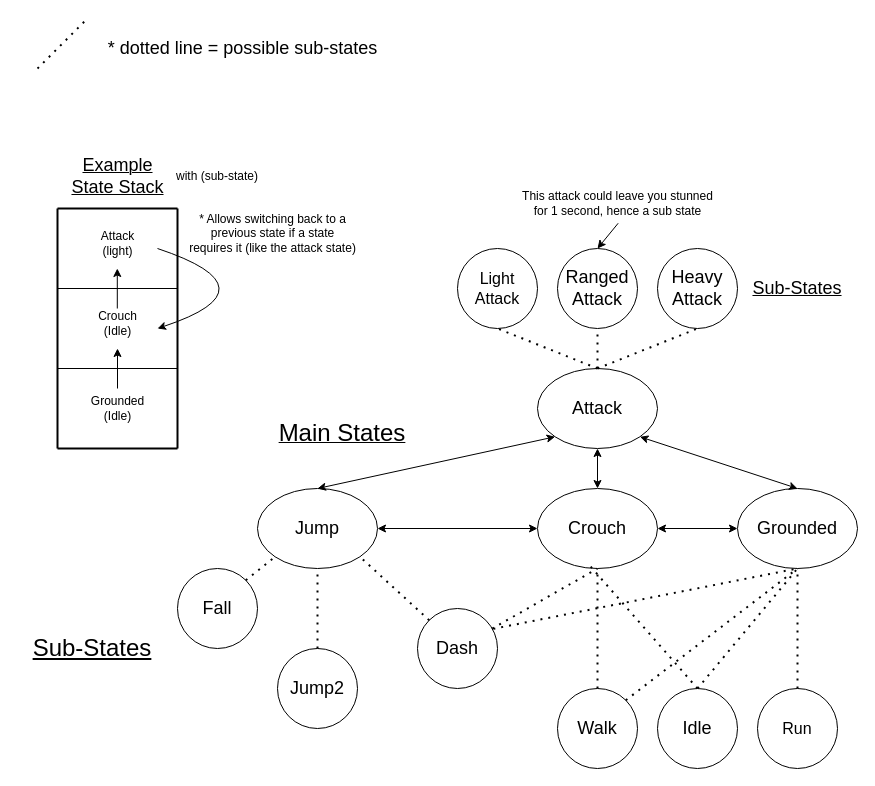
The draw.io diagram SFMSolution.drawio in HolyTrie/Dark-Times-In-Sherwood, before the edit. Source tidied: cells renumbered, new cells numbered last; positions are measured from the earlier drawing's top-left corner, leaving out a move shared by most shapes. Both pictures are drawn from the tidied source at 100%, with x=0, y=0 at pixel (17, 18).
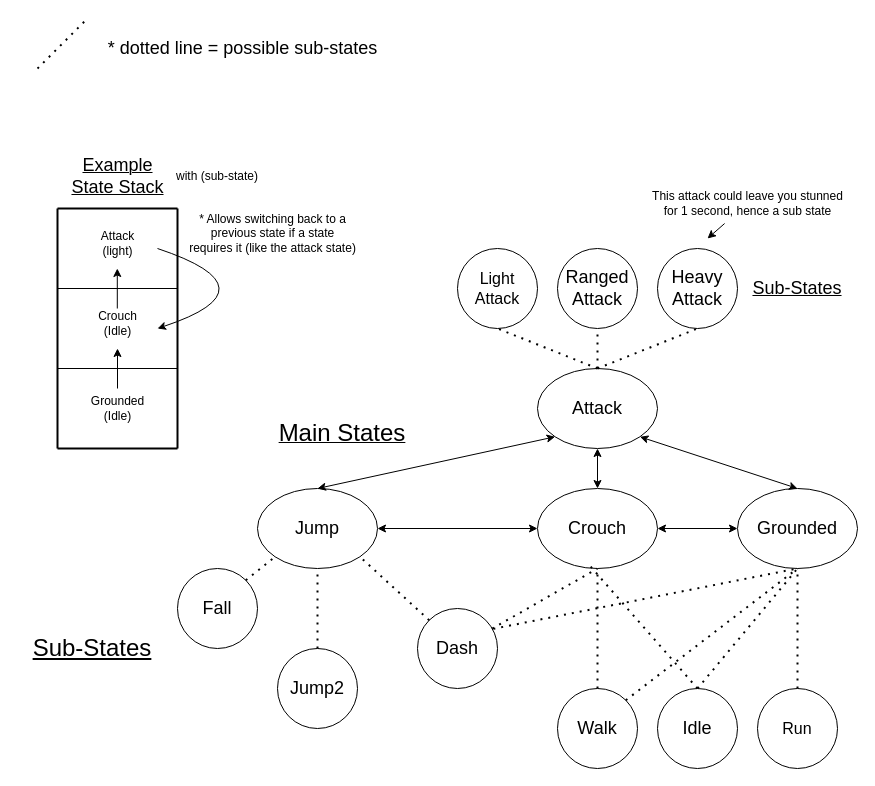
After the change.

Unchanged cells that the change refers to:
```xml
<mxCell id="52" value="&lt;font style=&quot;font-size: 18px;&quot;&gt;Ranged&lt;br&gt;Attack&lt;/font&gt;" style="ellipse;whiteSpace=wrap;html=1;" parent="1" vertex="1">
  <mxGeometry x="540" y="230" width="80" height="80" as="geometry" />
</mxCell>
```

What changed in the source:
```diff
@@
     <mxCell id="36" value="This attack could leave you stunned&lt;br&gt; for 1 second, hence a sub state" style="text;html=1;align=center;verticalAlign=middle;points=[];strokeColor=none;fillColor=none;" parent="1" vertex="1">
-      <mxGeometry x="490" y="165" width="220" height="40" as="geometry" />
+      <mxGeometry x="620" y="165" width="220" height="40" as="geometry" />
     </mxCell>
@@
-    <mxCell id="54" style="endArrow=classic;html=1;rounded=0;exitX=0.503;exitY=0.994;exitDx=0;exitDy=0;exitPerimeter=0;entryX=0.5;entryY=0;entryDx=0;entryDy=0;" parent="1" edge="1" source="36" target="52">
-      <mxGeometry relative="1" as="geometry" />
+    <mxCell id="54" style="endArrow=classic;html=1;rounded=0;" parent="1" edge="1" source="36">
+      <mxGeometry relative="1" as="geometry">
+        <mxPoint x="690" y="220" as="targetPoint" />
+      </mxGeometry>
     </mxCell>
```
